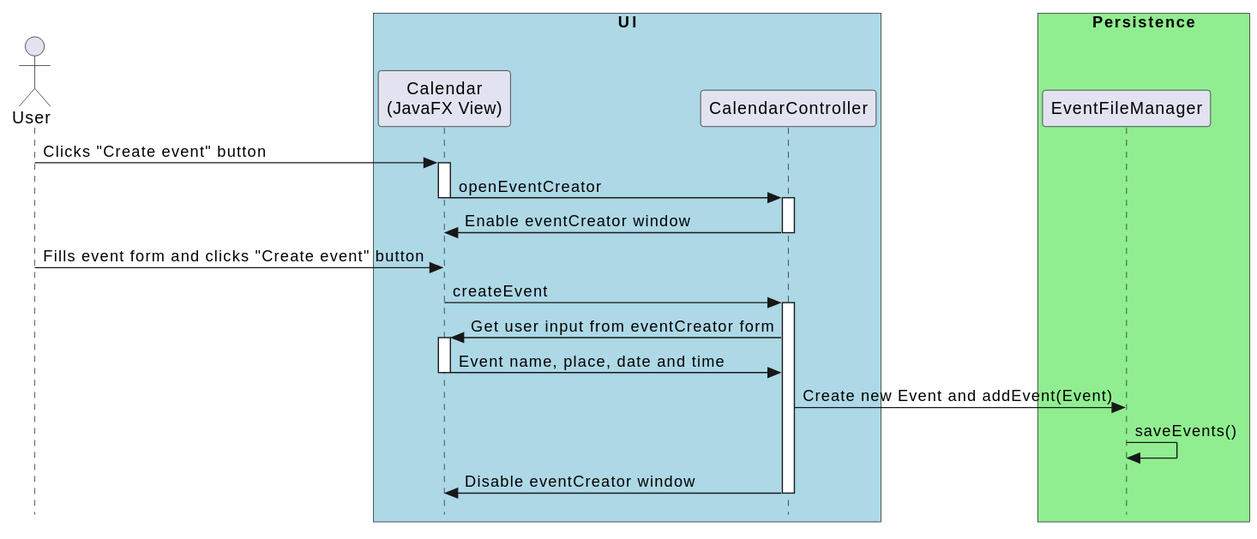
Before: event-manager-fx/docs/images/createEvent_sequence.svg, a diagram exported from PlantUML (acowo/event-manager). Source of this version:
```plantuml
@startuml
skinparam Style strictuml
skinparam BoxPadding 10

actor User as "User"

box "UI" #LightBlue
participant View as "Calendar\n(JavaFX View)"
participant Ctrl as "CalendarController"
end box


box "Persistence" #LightGreen
participant mng as "EventFileManager"
end box

User -> View ++ : Clicks "Create event" button
View -> Ctrl  ++: openEventCreator
View --

Ctrl -> View  : Enable eventCreator window
Ctrl --


User -> View : Fills event form and clicks "Create event" button
View -> Ctrl ++: createEvent

Ctrl -> View ++: Get user input from eventCreator form
View -> Ctrl: Event name, place, date and time
View --

Ctrl -> mng: Create new Event and addEvent(Event)
mng -> mng : saveEvents()

Ctrl -> View: Disable eventCreator window
Ctrl --
@enduml
```
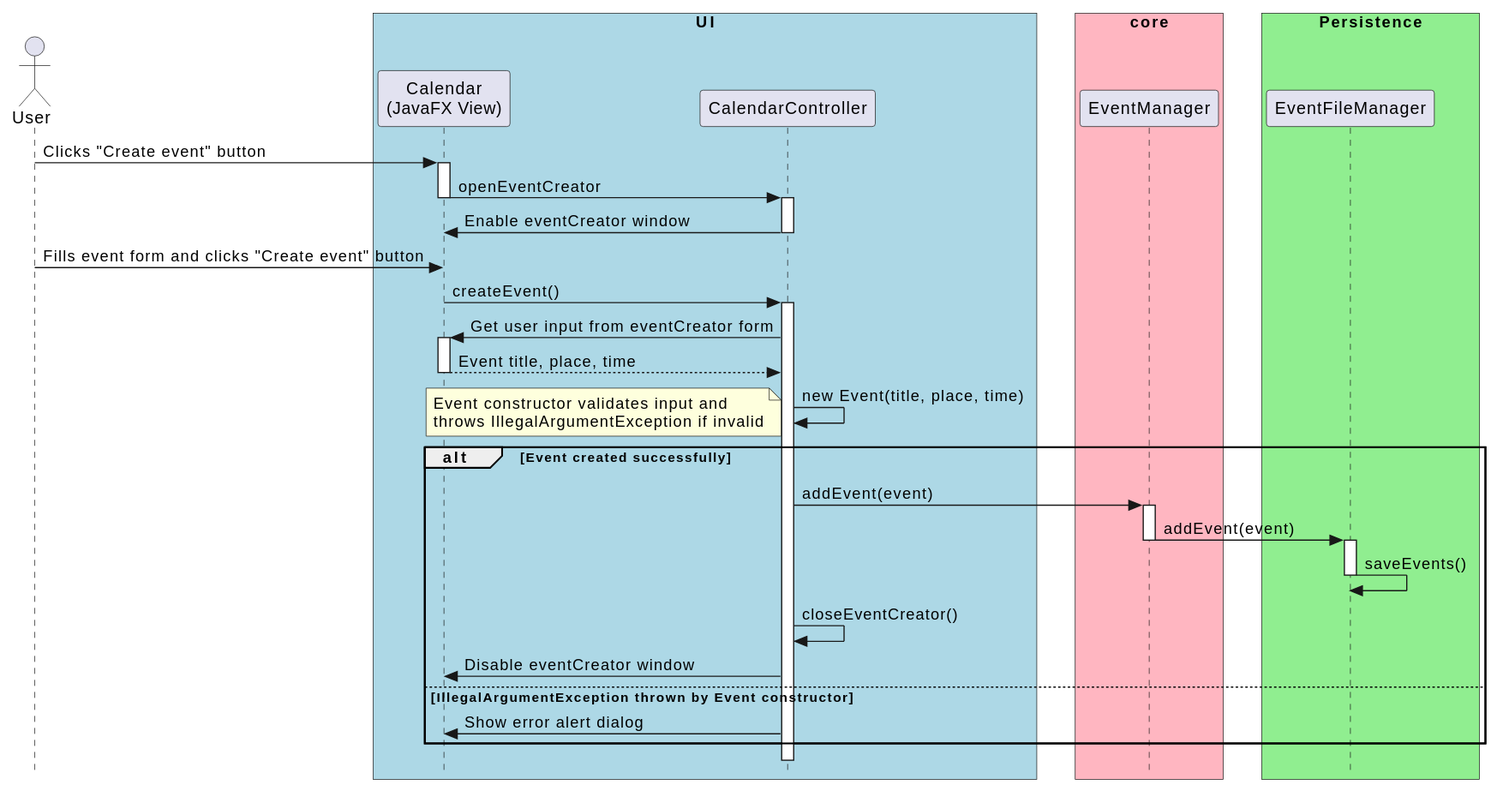
After the change.

Commit message:
docs: update createEvent sequence diagram

Change to the diagram source:
```diff
@@ -9,29 +9,40 @@
 participant Ctrl as "CalendarController"
 end box
 
+box "core" #LightPink
+participant mng as "EventManager"
+end box
 
 box "Persistence" #LightGreen
-participant mng as "EventFileManager"
+participant filemng as "EventFileManager"
 end box
 
 User -> View ++ : Clicks "Create event" button
-View -> Ctrl  ++: openEventCreator
+View -> Ctrl ++: openEventCreator
 View --
-
-Ctrl -> View  : Enable eventCreator window
+Ctrl -> View : Enable eventCreator window
 Ctrl --
 
+User -> View : Fills event form and clicks "Create event" button
+View -> Ctrl ++: createEvent()
+Ctrl -> View ++: Get user input from eventCreator form
+View --> Ctrl --: Event title, place, time
 
-User -> View : Fills event form and clicks "Create event" button
-View -> Ctrl ++: createEvent
+Ctrl -> Ctrl : new Event(title, place, time)
+note left: Event constructor validates input and\nthrows IllegalArgumentException if invalid
 
-Ctrl -> View ++: Get user input from eventCreator form
-View -> Ctrl: Event name, place, date and time
-View --
+alt Event created successfully
+    Ctrl -> mng ++: addEvent(event)
+    mng -> filemng ++: addEvent(event)
+    mng --
+    filemng -> filemng --: saveEvents()
+    Ctrl -> Ctrl : closeEventCreator()
+    Ctrl -> View : Disable eventCreator window
 
-Ctrl -> mng: Create new Event and addEvent(Event)
-mng -> mng : saveEvents()
+else IllegalArgumentException thrown by Event constructor
+    Ctrl -> View : Show error alert dialog
 
-Ctrl -> View: Disable eventCreator window
+end
+
 Ctrl --
 @enduml
```
